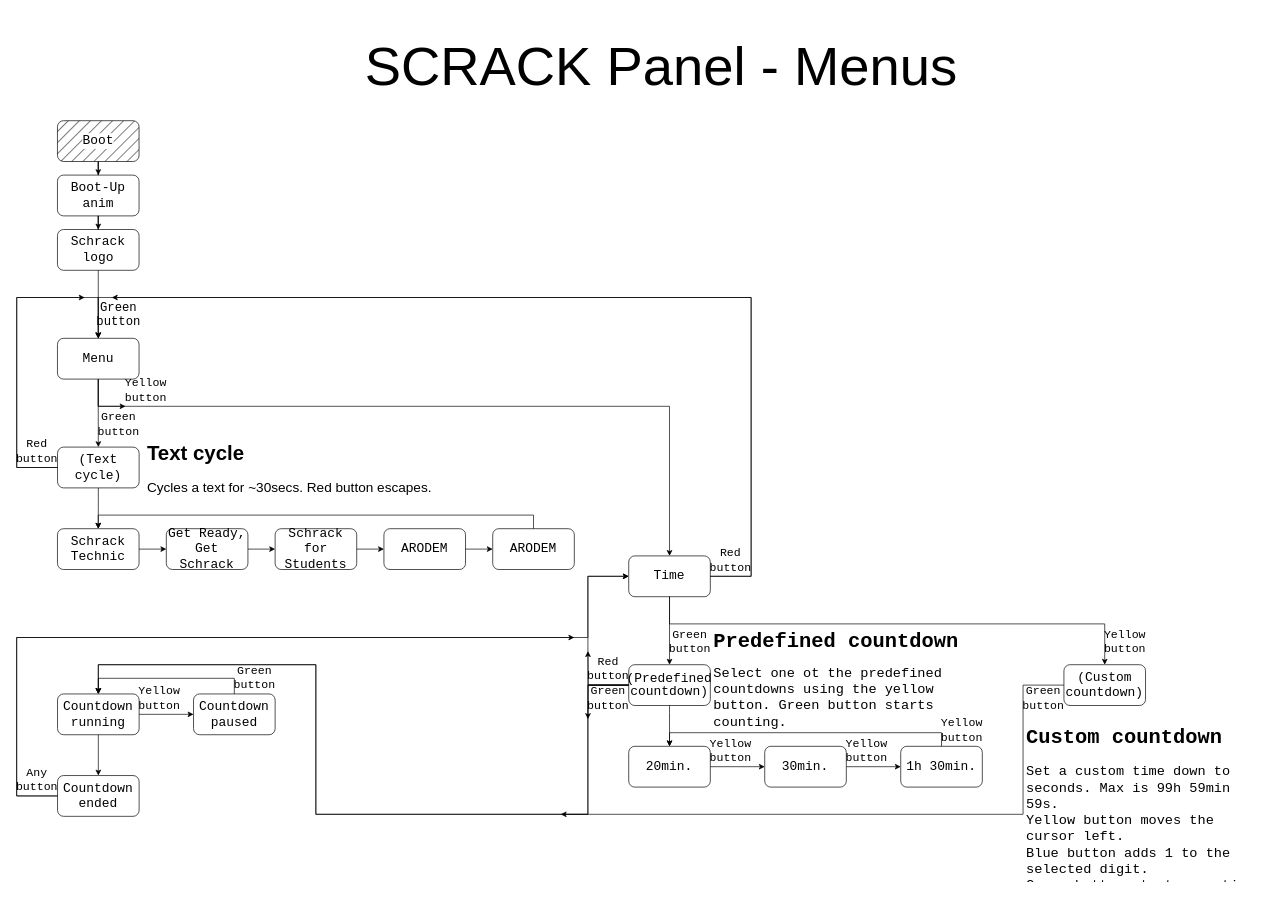
The draw.io diagram SchrackPanel/Docs/Sfwr/MenusOfThePanel/SchrackMenus_PrintableRelease.drawio in bismarx-v1/SchrackProjects, before the edit. Source tidied: cells renumbered, new cells numbered last; positions are measured from the earlier drawing's top-left corner, leaving out a move shared by most shapes. Both pictures are drawn from the tidied source at 68%, with x=0, y=0 at pixel (16, 12).
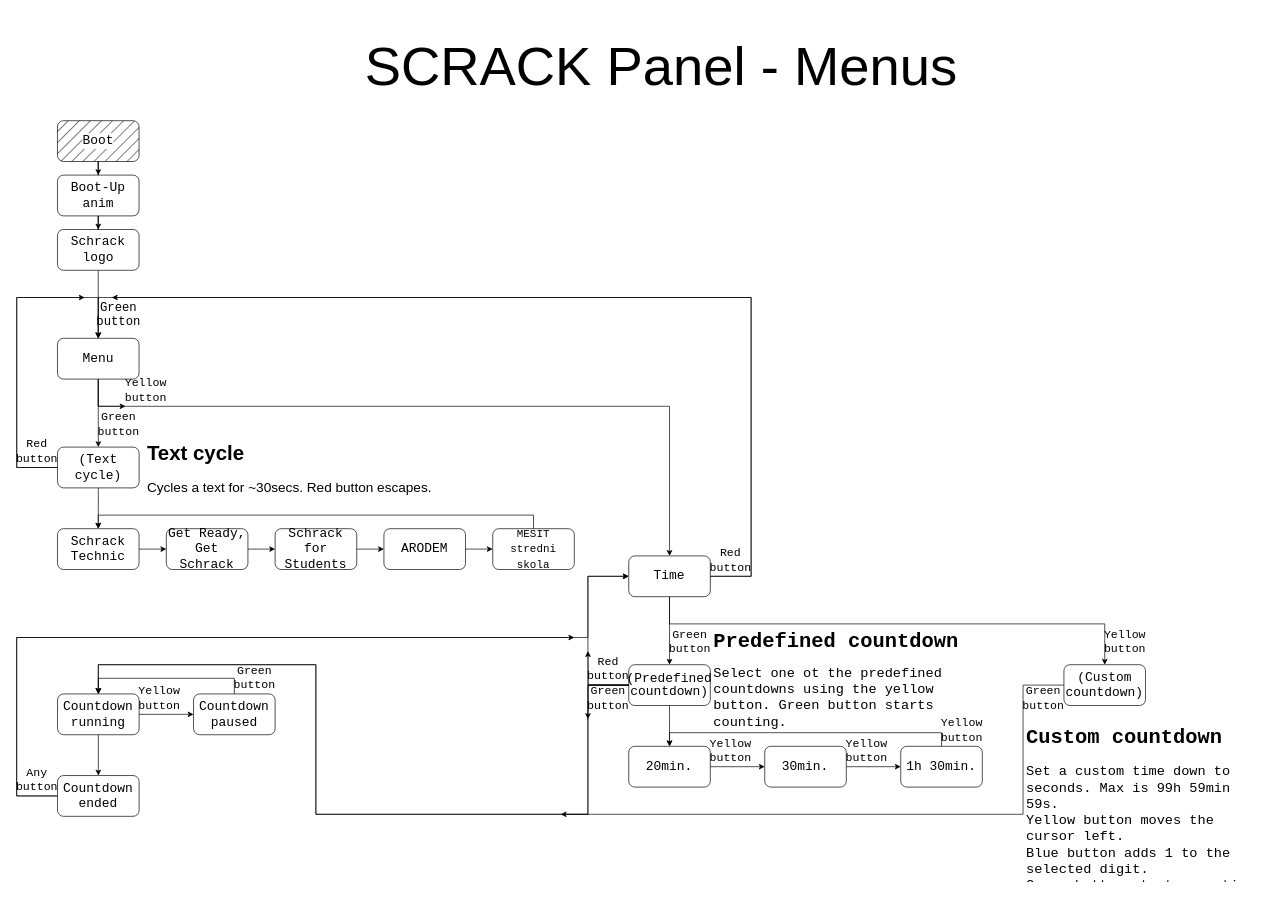
After the change.

What changed in the source:
```diff
@@
-    <mxCell id="37" value="&lt;div style=&quot;font-size: 19px;&quot;&gt;&lt;span style=&quot;background-color: initial; font-size: 19px;&quot;&gt;ARODEM&lt;/span&gt;&lt;br style=&quot;font-size: 19px;&quot;&gt;&lt;/div&gt;" style="rounded=1;whiteSpace=wrap;html=1;fontFamily=Consolas;strokeColor=default;align=center;verticalAlign=middle;fontSize=19;fontColor=default;fillColor=none;fillStyle=auto;gradientColor=none;gradientDirection=south;" parent="1" vertex="1">
+    <mxCell id="37" value="&lt;div style=&quot;&quot;&gt;&lt;span style=&quot;background-color: initial;&quot;&gt;&lt;font style=&quot;font-size: 16px;&quot;&gt;MESIT stredni skola&lt;/font&gt;&lt;/span&gt;&lt;br style=&quot;font-size: 19px;&quot;&gt;&lt;/div&gt;" style="rounded=1;whiteSpace=wrap;html=1;fontFamily=Consolas;strokeColor=default;align=center;verticalAlign=middle;fontSize=19;fontColor=default;fillColor=none;fillStyle=auto;gradientColor=none;gradientDirection=south;" parent="1" vertex="1">
       <mxGeometry x="700.1" y="760" width="120" height="60" as="geometry" />
     </mxCell>
```
